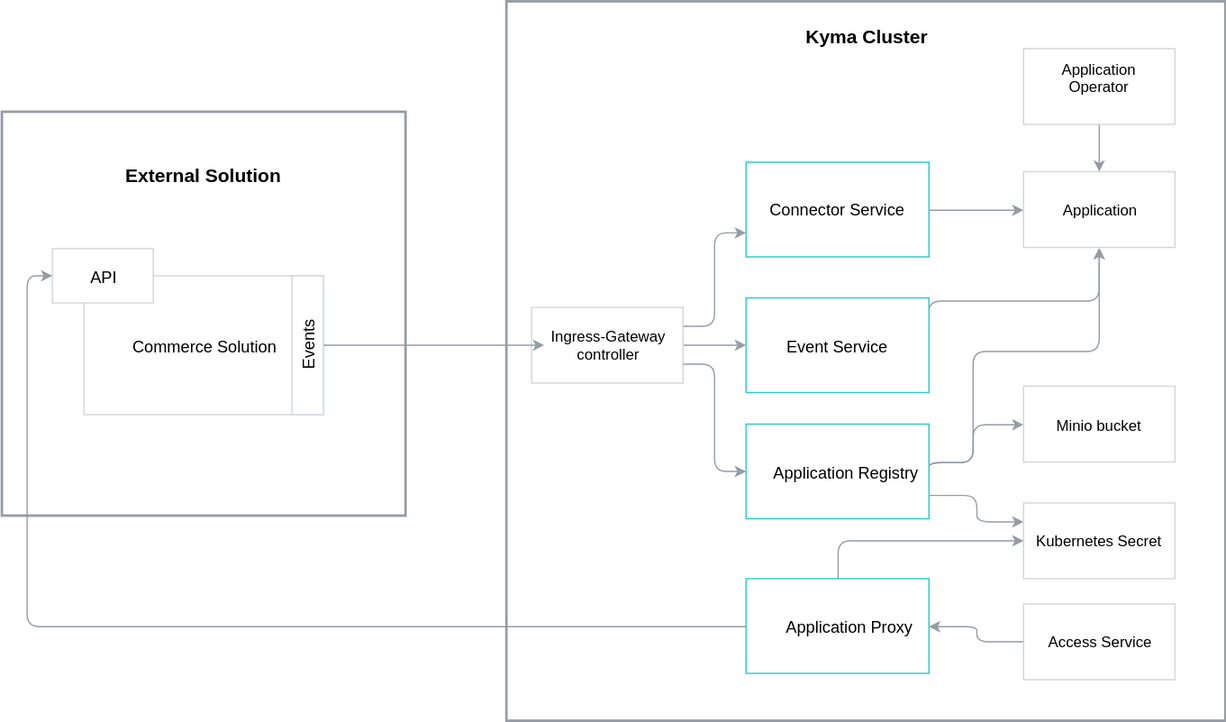
The draw.io diagram static/documentation/master/components/application-connector/assets/001-application-connector.svg in kyma-project/website, before a commit. Source tidied: cells renumbered, new cells last; positions are measured from the earlier drawing's top-left corner, leaving out a move shared by most shapes. Source of this version:
```xml
<mxGraphModel background="#ffffff">
  <root>
    <mxCell id="0" />
    <mxCell id="1" parent="0" />
    <mxCell id="2" style="whiteSpace=wrap;html=1;strokeColor=#959CA4;strokeWidth=2;fillColor=#ffffff;" parent="1" vertex="1">
      <mxGeometry y="88" width="320" height="320" as="geometry" />
    </mxCell>
    <mxCell id="3" style="whiteSpace=wrap;html=1;strokeColor=#959CA4;strokeWidth=2;fillColor=#ffffff;" parent="1" vertex="1">
      <mxGeometry x="400" y="0.5" width="570" height="570" as="geometry" />
    </mxCell>
    <mxCell id="4" value="&lt;font style=&quot;font-size: 15px&quot;&gt;&lt;b&gt;Kyma Cluster&lt;/b&gt;&lt;/font&gt;" style="text;html=1;strokeColor=none;fillColor=none;align=center;verticalAlign=middle;whiteSpace=wrap;rounded=0;" parent="1" vertex="1">
      <mxGeometry x="580" y="18" width="210" height="20" as="geometry" />
    </mxCell>
    <mxCell id="5" value="&lt;font style=&quot;font-size: 15px&quot;&gt;&lt;b&gt;External Solution&lt;/b&gt;&lt;/font&gt;" style="text;html=1;strokeColor=none;fillColor=none;align=center;verticalAlign=middle;whiteSpace=wrap;rounded=0;" parent="1" vertex="1">
      <mxGeometry x="25" y="128" width="270" height="20" as="geometry" />
    </mxCell>
    <mxCell id="6" value="&lt;span style=&quot;font-size: 13px&quot;&gt;Commerce Solution&lt;/span&gt;&lt;br&gt;" style="rounded=0;whiteSpace=wrap;html=1;strokeColor=#D2D5D9;strokeWidth=1;fillColor=#ffffff;" parent="1" vertex="1">
      <mxGeometry x="65" y="218" width="190" height="110" as="geometry" />
    </mxCell>
    <mxCell id="7" style="rounded=0;whiteSpace=wrap;html=1;strokeColor=#D2D5D9;strokeWidth=1;fillColor=#ffffff;" parent="1" vertex="1">
      <mxGeometry x="230" y="218" width="25" height="110" as="geometry" />
    </mxCell>
    <mxCell id="8" value="&lt;font style=&quot;font-size: 13px&quot;&gt;Events&lt;br&gt;&lt;/font&gt;" style="text;html=1;strokeColor=none;fillColor=none;align=center;verticalAlign=middle;whiteSpace=wrap;rounded=0;rotation=-90;" parent="1" vertex="1">
      <mxGeometry x="222.5" y="263" width="40" height="20" as="geometry" />
    </mxCell>
    <mxCell id="9" style="edgeStyle=orthogonalEdgeStyle;rounded=1;comic=0;html=1;jettySize=auto;strokeColor=#959CA4;entryX=0;entryY=0.5;" parent="1" edge="1" source="15" target="11">
      <mxGeometry relative="1" as="geometry" />
    </mxCell>
    <mxCell id="10" style="edgeStyle=orthogonalEdgeStyle;rounded=1;comic=0;html=1;exitX=1;exitY=0.25;entryX=0.5;entryY=1;jettySize=auto;strokeColor=#959CA4;" parent="1" edge="1" source="11" target="16">
      <mxGeometry relative="1" as="geometry">
        <Array as="points">
          <mxPoint x="735" y="238" />
          <mxPoint x="870" y="238" />
        </Array>
      </mxGeometry>
    </mxCell>
    <mxCell id="11" value="&lt;font style=&quot;font-size: 13px&quot;&gt;Event Service&lt;/font&gt;" style="rounded=0;whiteSpace=wrap;html=1;strokeColor=#24CACC;strokeWidth=1;fillColor=#ffffff;" parent="1" vertex="1">
      <mxGeometry x="590" y="235.5" width="145" height="75" as="geometry" />
    </mxCell>
    <mxCell id="12" style="edgeStyle=orthogonalEdgeStyle;rounded=1;comic=0;html=1;exitX=1;exitY=0.25;jettySize=auto;strokeColor=#959CA4;entryX=0;entryY=0.75;" parent="1" edge="1" source="15" target="14">
      <mxGeometry relative="1" as="geometry" />
    </mxCell>
    <mxCell id="13" style="edgeStyle=orthogonalEdgeStyle;rounded=1;comic=0;html=1;exitX=1;exitY=0.5;jettySize=auto;strokeColor=#959CA4;" parent="1" edge="1" source="14" target="16">
      <mxGeometry relative="1" as="geometry" />
    </mxCell>
    <mxCell id="14" value="&lt;font style=&quot;font-size: 13px&quot;&gt;Connector Service&lt;br&gt;&lt;/font&gt;" style="rounded=0;whiteSpace=wrap;html=1;strokeColor=#24CACC;strokeWidth=1;fillColor=#ffffff;" parent="1" vertex="1">
      <mxGeometry x="590" y="128" width="145" height="75" as="geometry" />
    </mxCell>
    <mxCell id="15" value="Ingress-Gateway&lt;br&gt;controller&lt;br&gt;" style="rounded=0;whiteSpace=wrap;html=1;strokeColor=#D2D5D9;strokeWidth=1;fillColor=#ffffff;" parent="1" vertex="1">
      <mxGeometry x="420" y="243" width="120" height="60" as="geometry" />
    </mxCell>
    <mxCell id="16" value="Remote Environment" style="rounded=0;whiteSpace=wrap;html=1;strokeColor=#D2D5D9;strokeWidth=1;fillColor=#ffffff;" parent="1" vertex="1">
      <mxGeometry x="810" y="135.5" width="120" height="60" as="geometry" />
    </mxCell>
    <mxCell id="17" style="edgeStyle=orthogonalEdgeStyle;rounded=1;comic=0;html=1;exitX=0.5;exitY=1;jettySize=auto;strokeColor=#959CA4;" parent="1" edge="1" source="18" target="16">
      <mxGeometry relative="1" as="geometry" />
    </mxCell>
    <mxCell id="18" value="Remote &lt;br&gt;Environment&lt;br&gt;controller&lt;br&gt;" style="rounded=0;whiteSpace=wrap;html=1;strokeColor=#D2D5D9;strokeWidth=1;fillColor=#ffffff;" parent="1" vertex="1">
      <mxGeometry x="810" y="38" width="120" height="60" as="geometry" />
    </mxCell>
    <mxCell id="19" value="&lt;font style=&quot;font-size: 13px&quot;&gt;API&lt;/font&gt;" style="rounded=0;whiteSpace=wrap;html=1;strokeColor=#D2D5D9;strokeWidth=1;fillColor=#ffffff;" parent="1" vertex="1">
      <mxGeometry x="40" y="196.5" width="80" height="43" as="geometry" />
    </mxCell>
    <mxCell id="20" style="endArrow=classic;html=1;strokeColor=#959CA4;exitX=1;exitY=0.5;" parent="1" edge="1" source="7">
      <mxGeometry relative="1" as="geometry">
        <mxPoint x="430" y="273" as="targetPoint" />
        <Array as="points">
          <mxPoint x="370" y="273" />
        </Array>
      </mxGeometry>
    </mxCell>
    <mxCell id="21" style="edgeStyle=orthogonalEdgeStyle;rounded=1;comic=0;html=1;exitX=1;exitY=0.75;entryX=0;entryY=0.5;jettySize=auto;strokeColor=#959CA4;" parent="1" edge="1" source="15" target="25">
      <mxGeometry relative="1" as="geometry" />
    </mxCell>
    <mxCell id="22" style="edgeStyle=orthogonalEdgeStyle;rounded=1;comic=0;html=1;exitX=1;exitY=0.5;jettySize=auto;strokeColor=#959CA4;" parent="1" edge="1" source="25" target="26">
      <mxGeometry relative="1" as="geometry">
        <Array as="points">
          <mxPoint x="735" y="366" />
          <mxPoint x="770" y="366" />
          <mxPoint x="770" y="336" />
        </Array>
      </mxGeometry>
    </mxCell>
    <mxCell id="23" style="edgeStyle=orthogonalEdgeStyle;rounded=1;comic=0;html=1;exitX=1;exitY=0.5;entryX=0.5;entryY=1;jettySize=auto;strokeColor=#959CA4;" parent="1" edge="1" source="25" target="16">
      <mxGeometry relative="1" as="geometry">
        <Array as="points">
          <mxPoint x="735" y="366" />
          <mxPoint x="770" y="366" />
          <mxPoint x="770" y="278" />
          <mxPoint x="870" y="278" />
        </Array>
      </mxGeometry>
    </mxCell>
    <mxCell id="24" style="edgeStyle=orthogonalEdgeStyle;rounded=1;comic=0;html=1;exitX=1;exitY=0.75;entryX=0;entryY=0.25;jettySize=auto;strokeColor=#959CA4;" parent="1" edge="1" source="25" target="27">
      <mxGeometry relative="1" as="geometry" />
    </mxCell>
    <mxCell id="25" value="&lt;font style=&quot;font-size: 13px&quot;&gt;Metadata Service&lt;/font&gt;" style="rounded=0;whiteSpace=wrap;html=1;strokeColor=#24CACC;strokeWidth=1;fillColor=#ffffff;" parent="1" vertex="1">
      <mxGeometry x="590" y="335.5" width="145" height="75" as="geometry" />
    </mxCell>
    <mxCell id="26" value="Minio bucket" style="rounded=0;whiteSpace=wrap;html=1;strokeColor=#D2D5D9;strokeWidth=1;fillColor=#ffffff;" parent="1" vertex="1">
      <mxGeometry x="810" y="305.5" width="120" height="60" as="geometry" />
    </mxCell>
    <mxCell id="27" value="Kubernetes Secret" style="rounded=0;whiteSpace=wrap;html=1;strokeColor=#D2D5D9;strokeWidth=1;fillColor=#ffffff;" parent="1" vertex="1">
      <mxGeometry x="810" y="398" width="120" height="60" as="geometry" />
    </mxCell>
    <mxCell id="28" style="edgeStyle=orthogonalEdgeStyle;rounded=1;comic=0;html=1;exitX=0;exitY=0.5;jettySize=auto;strokeColor=#959CA4;" parent="1" edge="1" source="29" target="32">
      <mxGeometry relative="1" as="geometry" />
    </mxCell>
    <mxCell id="29" value="Access Service&lt;br&gt;" style="rounded=0;whiteSpace=wrap;html=1;strokeColor=#D2D5D9;strokeWidth=1;fillColor=#ffffff;" parent="1" vertex="1">
      <mxGeometry x="810" y="478" width="120" height="60" as="geometry" />
    </mxCell>
    <mxCell id="30" style="edgeStyle=orthogonalEdgeStyle;rounded=1;comic=0;html=1;exitX=0.5;exitY=0;entryX=0;entryY=0.5;jettySize=auto;strokeColor=#959CA4;" parent="1" edge="1" source="32" target="27">
      <mxGeometry relative="1" as="geometry" />
    </mxCell>
    <mxCell id="31" style="edgeStyle=orthogonalEdgeStyle;rounded=1;comic=0;html=1;exitX=0;exitY=0.5;entryX=0;entryY=0.5;jettySize=auto;strokeColor=#959CA4;" parent="1" edge="1" source="32" target="19">
      <mxGeometry relative="1" as="geometry" />
    </mxCell>
    <mxCell id="32" value="&lt;font style=&quot;font-size: 13px&quot;&gt;Proxy Service&lt;/font&gt;" style="rounded=0;whiteSpace=wrap;html=1;strokeColor=#24CACC;strokeWidth=1;fillColor=#ffffff;" parent="1" vertex="1">
      <mxGeometry x="590" y="458" width="145" height="75" as="geometry" />
    </mxCell>
  </root>
</mxGraphModel>
```
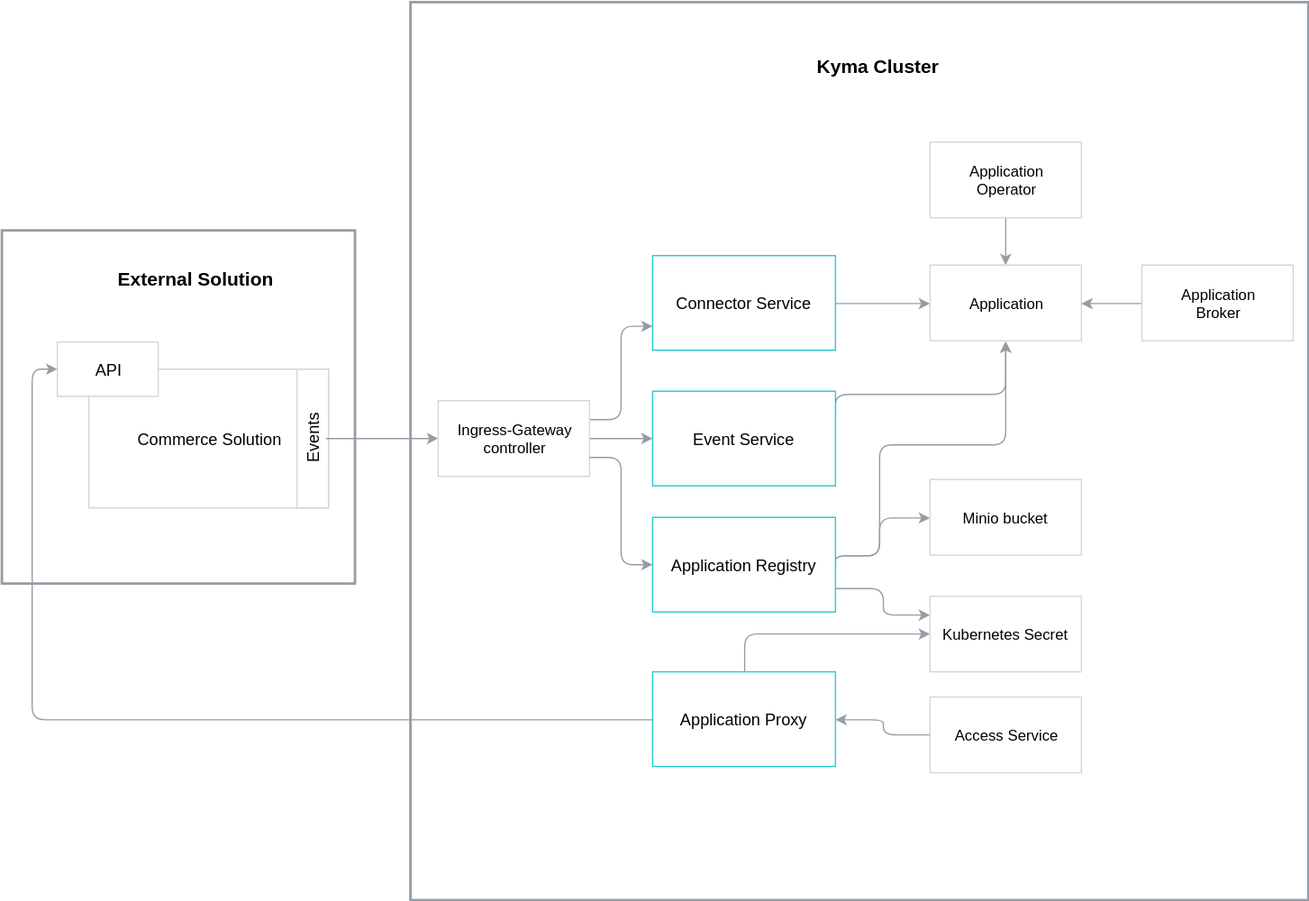
After the commit.

Diff of the diagram source:
```diff
@@ -3,25 +3,28 @@
     <mxCell id="0" />
     <mxCell id="1" parent="0" />
     <mxCell id="2" style="whiteSpace=wrap;html=1;strokeColor=#959CA4;strokeWidth=2;fillColor=#ffffff;" parent="1" vertex="1">
-      <mxGeometry y="88" width="320" height="320" as="geometry" />
+      <mxGeometry x="74" y="108" width="280" height="280" as="geometry" />
     </mxCell>
     <mxCell id="3" style="whiteSpace=wrap;html=1;strokeColor=#959CA4;strokeWidth=2;fillColor=#ffffff;" parent="1" vertex="1">
-      <mxGeometry x="400" y="0.5" width="570" height="570" as="geometry" />
+      <mxGeometry x="398" y="-73" width="712" height="712" as="geometry" />
     </mxCell>
     <mxCell id="4" value="&lt;font style=&quot;font-size: 15px&quot;&gt;&lt;b&gt;Kyma Cluster&lt;/b&gt;&lt;/font&gt;" style="text;html=1;strokeColor=none;fillColor=none;align=center;verticalAlign=middle;whiteSpace=wrap;rounded=0;" parent="1" vertex="1">
-      <mxGeometry x="580" y="18" width="210" height="20" as="geometry" />
+      <mxGeometry x="662.5" y="-32" width="210" height="20" as="geometry" />
     </mxCell>
     <mxCell id="5" value="&lt;font style=&quot;font-size: 15px&quot;&gt;&lt;b&gt;External Solution&lt;/b&gt;&lt;/font&gt;" style="text;html=1;strokeColor=none;fillColor=none;align=center;verticalAlign=middle;whiteSpace=wrap;rounded=0;" parent="1" vertex="1">
-      <mxGeometry x="25" y="128" width="270" height="20" as="geometry" />
+      <mxGeometry x="93" y="135.5" width="270" height="20" as="geometry" />
     </mxCell>
     <mxCell id="6" value="&lt;span style=&quot;font-size: 13px&quot;&gt;Commerce Solution&lt;/span&gt;&lt;br&gt;" style="rounded=0;whiteSpace=wrap;html=1;strokeColor=#D2D5D9;strokeWidth=1;fillColor=#ffffff;" parent="1" vertex="1">
-      <mxGeometry x="65" y="218" width="190" height="110" as="geometry" />
+      <mxGeometry x="143" y="218" width="190" height="110" as="geometry" />
     </mxCell>
     <mxCell id="7" style="rounded=0;whiteSpace=wrap;html=1;strokeColor=#D2D5D9;strokeWidth=1;fillColor=#ffffff;" parent="1" vertex="1">
-      <mxGeometry x="230" y="218" width="25" height="110" as="geometry" />
+      <mxGeometry x="308" y="218" width="25" height="110" as="geometry" />
     </mxCell>
+    <mxCell id="33" style="edgeStyle=orthogonalEdgeStyle;rounded=0;html=1;exitX=0.5;exitY=1;exitDx=0;exitDy=0;entryX=0;entryY=0.5;entryDx=0;entryDy=0;jettySize=auto;strokeColor=#959CA4;" parent="1" edge="1" source="8" target="15">
+      <mxGeometry relative="1" as="geometry" />
+    </mxCell>
     <mxCell id="8" value="&lt;font style=&quot;font-size: 13px&quot;&gt;Events&lt;br&gt;&lt;/font&gt;" style="text;html=1;strokeColor=none;fillColor=none;align=center;verticalAlign=middle;whiteSpace=wrap;rounded=0;rotation=-90;" parent="1" vertex="1">
-      <mxGeometry x="222.5" y="263" width="40" height="20" as="geometry" />
+      <mxGeometry x="300.5" y="263" width="40" height="20" as="geometry" />
     </mxCell>
     <mxCell id="9" style="edgeStyle=orthogonalEdgeStyle;rounded=1;comic=0;html=1;jettySize=auto;strokeColor=#959CA4;entryX=0;entryY=0.5;" parent="1" edge="1" source="15" target="11">
       <mxGeometry relative="1" as="geometry" />
@@ -49,26 +52,18 @@
     <mxCell id="15" value="Ingress-Gateway&lt;br&gt;controller&lt;br&gt;" style="rounded=0;whiteSpace=wrap;html=1;strokeColor=#D2D5D9;strokeWidth=1;fillColor=#ffffff;" parent="1" vertex="1">
       <mxGeometry x="420" y="243" width="120" height="60" as="geometry" />
     </mxCell>
-    <mxCell id="16" value="Remote Environment" style="rounded=0;whiteSpace=wrap;html=1;strokeColor=#D2D5D9;strokeWidth=1;fillColor=#ffffff;" parent="1" vertex="1">
+    <mxCell id="16" value="Application" style="rounded=0;whiteSpace=wrap;html=1;strokeColor=#D2D5D9;strokeWidth=1;fillColor=#ffffff;" parent="1" vertex="1">
       <mxGeometry x="810" y="135.5" width="120" height="60" as="geometry" />
     </mxCell>
     <mxCell id="17" style="edgeStyle=orthogonalEdgeStyle;rounded=1;comic=0;html=1;exitX=0.5;exitY=1;jettySize=auto;strokeColor=#959CA4;" parent="1" edge="1" source="18" target="16">
       <mxGeometry relative="1" as="geometry" />
     </mxCell>
-    <mxCell id="18" value="Remote &lt;br&gt;Environment&lt;br&gt;controller&lt;br&gt;" style="rounded=0;whiteSpace=wrap;html=1;strokeColor=#D2D5D9;strokeWidth=1;fillColor=#ffffff;" parent="1" vertex="1">
+    <mxCell id="18" value="Application&lt;br&gt;Operator&lt;br&gt;" style="rounded=0;whiteSpace=wrap;html=1;strokeColor=#D2D5D9;strokeWidth=1;fillColor=#ffffff;" parent="1" vertex="1">
       <mxGeometry x="810" y="38" width="120" height="60" as="geometry" />
     </mxCell>
     <mxCell id="19" value="&lt;font style=&quot;font-size: 13px&quot;&gt;API&lt;/font&gt;" style="rounded=0;whiteSpace=wrap;html=1;strokeColor=#D2D5D9;strokeWidth=1;fillColor=#ffffff;" parent="1" vertex="1">
-      <mxGeometry x="40" y="196.5" width="80" height="43" as="geometry" />
+      <mxGeometry x="118" y="196.5" width="80" height="43" as="geometry" />
     </mxCell>
-    <mxCell id="20" style="endArrow=classic;html=1;strokeColor=#959CA4;exitX=1;exitY=0.5;" parent="1" edge="1" source="7">
-      <mxGeometry relative="1" as="geometry">
-        <mxPoint x="430" y="273" as="targetPoint" />
-        <Array as="points">
-          <mxPoint x="370" y="273" />
-        </Array>
-      </mxGeometry>
-    </mxCell>
     <mxCell id="21" style="edgeStyle=orthogonalEdgeStyle;rounded=1;comic=0;html=1;exitX=1;exitY=0.75;entryX=0;entryY=0.5;jettySize=auto;strokeColor=#959CA4;" parent="1" edge="1" source="15" target="25">
       <mxGeometry relative="1" as="geometry" />
     </mxCell>
@@ -94,7 +89,7 @@
     <mxCell id="24" style="edgeStyle=orthogonalEdgeStyle;rounded=1;comic=0;html=1;exitX=1;exitY=0.75;entryX=0;entryY=0.25;jettySize=auto;strokeColor=#959CA4;" parent="1" edge="1" source="25" target="27">
       <mxGeometry relative="1" as="geometry" />
     </mxCell>
-    <mxCell id="25" value="&lt;font style=&quot;font-size: 13px&quot;&gt;Metadata Service&lt;/font&gt;" style="rounded=0;whiteSpace=wrap;html=1;strokeColor=#24CACC;strokeWidth=1;fillColor=#ffffff;" parent="1" vertex="1">
+    <mxCell id="25" value="&lt;font style=&quot;font-size: 13px&quot;&gt;Application Registry&lt;/font&gt;" style="rounded=0;whiteSpace=wrap;html=1;strokeColor=#24CACC;strokeWidth=1;fillColor=#ffffff;" parent="1" vertex="1">
       <mxGeometry x="590" y="335.5" width="145" height="75" as="geometry" />
     </mxCell>
     <mxCell id="26" value="Minio bucket" style="rounded=0;whiteSpace=wrap;html=1;strokeColor=#D2D5D9;strokeWidth=1;fillColor=#ffffff;" parent="1" vertex="1">
@@ -115,8 +110,14 @@
     <mxCell id="31" style="edgeStyle=orthogonalEdgeStyle;rounded=1;comic=0;html=1;exitX=0;exitY=0.5;entryX=0;entryY=0.5;jettySize=auto;strokeColor=#959CA4;" parent="1" edge="1" source="32" target="19">
       <mxGeometry relative="1" as="geometry" />
     </mxCell>
-    <mxCell id="32" value="&lt;font style=&quot;font-size: 13px&quot;&gt;Proxy Service&lt;/font&gt;" style="rounded=0;whiteSpace=wrap;html=1;strokeColor=#24CACC;strokeWidth=1;fillColor=#ffffff;" parent="1" vertex="1">
+    <mxCell id="32" value="&lt;font style=&quot;font-size: 13px&quot;&gt;Application Proxy&lt;/font&gt;" style="rounded=0;whiteSpace=wrap;html=1;strokeColor=#24CACC;strokeWidth=1;fillColor=#ffffff;" parent="1" vertex="1">
       <mxGeometry x="590" y="458" width="145" height="75" as="geometry" />
     </mxCell>
+    <mxCell id="34" style="edgeStyle=orthogonalEdgeStyle;rounded=0;html=1;exitX=0;exitY=0.5;exitDx=0;exitDy=0;entryX=1;entryY=0.5;entryDx=0;entryDy=0;jettySize=auto;strokeColor=#959CA4;" parent="1" edge="1" source="35" target="16">
+      <mxGeometry relative="1" as="geometry" />
+    </mxCell>
+    <mxCell id="35" value="Application&lt;br&gt;Broker&lt;br&gt;" style="rounded=0;whiteSpace=wrap;html=1;strokeColor=#D2D5D9;strokeWidth=1;fillColor=#ffffff;" parent="1" vertex="1">
+      <mxGeometry x="978" y="135.5" width="120" height="60" as="geometry" />
+    </mxCell>
   </root>
 </mxGraphModel>
```
